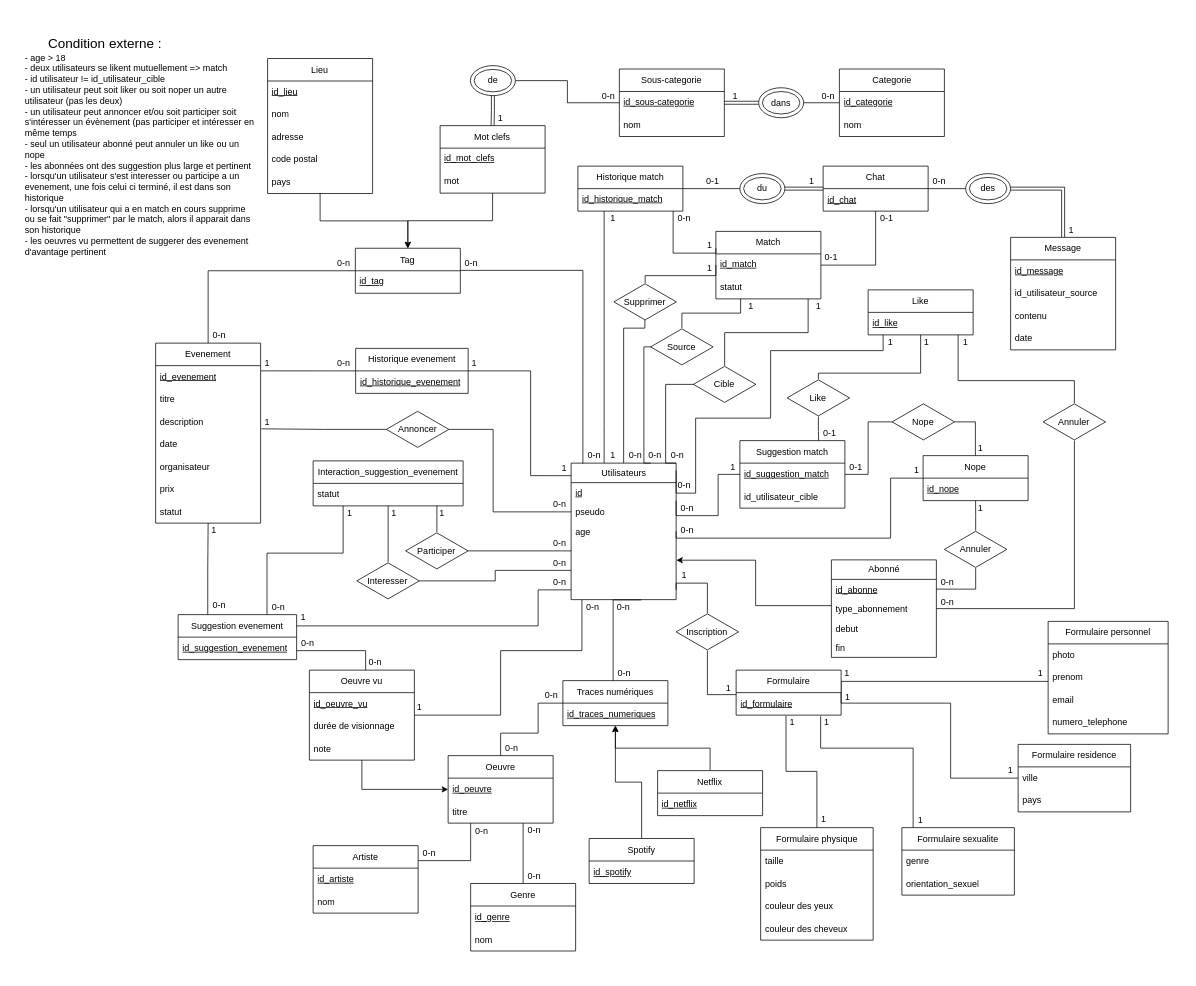
Before: ER.drawio in SuyuKuka/Le-Big-Match-Big-Brother-Is-Matching-You, a draw.io diagram. Source tidied: cells renumbered, new cells numbered last; positions are measured from the earlier drawing's top-left corner, leaving out a move shared by most shapes. Both pictures are drawn from the tidied source at 75%, with x=0, y=0 at pixel (23, 35).
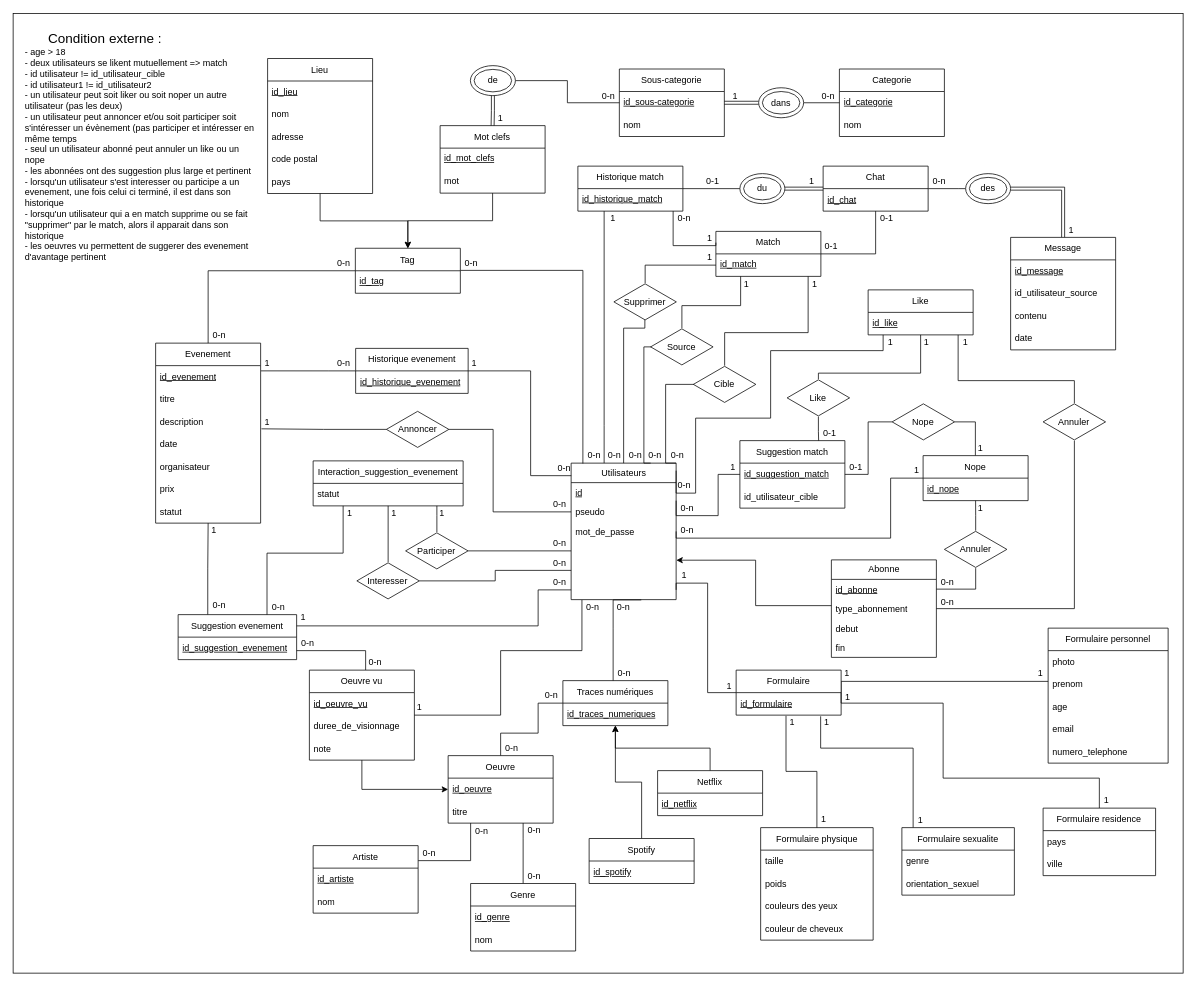
The same page after the edit.

Unchanged cells that the change refers to:
```xml
<mxCell id="5" value="Utilisateurs" style="swimlane;fontStyle=0;horizontal=1;startSize=26;fillColor=none;html=1;" parent="1" vertex="1">
  <mxGeometry x="730" y="570" width="140" height="182" as="geometry" />
</mxCell>
<mxCell id="32" value="Formulaire physique" style="swimlane;fontStyle=0;horizontal=1;startSize=30;whiteSpace=wrap;html=1;" parent="1" vertex="1">
  <mxGeometry x="982.7" y="1056" width="150" height="150" as="geometry" />
</mxCell>
<mxCell id="81" value="Formulaire" style="swimlane;fontStyle=0;horizontal=1;startSize=30;whiteSpace=wrap;html=1;" parent="1" vertex="1">
  <mxGeometry x="950" y="846" width="140" height="60" as="geometry" />
</mxCell>
<mxCell id="82" value="&lt;u&gt;id_formulaire&lt;/u&gt;" style="text;strokeColor=none;fillColor=none;align=left;verticalAlign=middle;spacingLeft=4;spacingRight=4;overflow=hidden;points=[[0,0.5],[1,0.5]];portConstraint=eastwest;whiteSpace=wrap;html=1;" parent="81" vertex="1">
  <mxGeometry y="30" width="140" height="30" as="geometry" />
</mxCell>
<mxCell id="89" value="&lt;u&gt;id_match&lt;/u&gt;" style="text;strokeColor=none;fillColor=none;align=left;verticalAlign=top;spacingLeft=4;spacingRight=4;overflow=hidden;points=[[0,0.5],[1,0.5]];portConstraint=eastwest;whiteSpace=wrap;html=1;" parent="88" vertex="1">
  <mxGeometry y="30" width="140" height="30" as="geometry" />
</mxCell>
<mxCell id="93" value="Supprimer" style="html=1;whiteSpace=wrap;shape=isoRectangle;" parent="1" vertex="1">
  <mxGeometry x="787" y="330" width="83.3" height="50" as="geometry" />
</mxCell>
<mxCell id="116" value="Historique match" style="swimlane;fontStyle=0;horizontal=1;startSize=30;whiteSpace=wrap;html=1;" parent="1" vertex="1">
  <mxGeometry x="739" y="174" width="140" height="60" as="geometry" />
</mxCell>
<mxCell id="142" value="Oeuvre vu" style="swimlane;fontStyle=0;horizontal=1;startSize=30;whiteSpace=wrap;html=1;" parent="1" vertex="1">
  <mxGeometry x="381" y="846" width="140" height="120" as="geometry" />
</mxCell>
<mxCell id="248" value="Source" style="html=1;whiteSpace=wrap;shape=isoRectangle;" parent="1" vertex="1">
  <mxGeometry x="836" y="390" width="83.3" height="50" as="geometry" />
</mxCell>
```

Change to the diagram source:
```diff
@@
+    <mxCell id="256" style="rounded=0;whiteSpace=wrap;html=1;" parent="1" vertex="1">
+      <mxGeometry x="-14" y="-29.5" width="1560" height="1279.5" as="geometry" />
+    </mxCell>
@@
-    <mxCell id="8" value="age" style="text;strokeColor=none;fillColor=none;align=left;verticalAlign=top;spacingLeft=4;spacingRight=4;overflow=hidden;points=[[0,0.5],[1,0.5]];portConstraint=eastwest;whiteSpace=wrap;html=1;" parent="5" vertex="1">
+    <mxCell id="8" value="mot_de_passe" style="text;strokeColor=none;fillColor=none;align=left;verticalAlign=top;spacingLeft=4;spacingRight=4;overflow=hidden;points=[[0,0.5],[1,0.5]];portConstraint=eastwest;whiteSpace=wrap;html=1;" parent="5" vertex="1">
       <mxGeometry y="78" width="140" height="26" as="geometry" />
     </mxCell>
-    <mxCell id="9" value="&lt;div&gt;&lt;br&gt;&lt;/div&gt;" style="text;strokeColor=none;fillColor=none;align=left;verticalAlign=top;spacingLeft=4;spacingRight=4;overflow=hidden;points=[[0,0.5],[1,0.5]];portConstraint=eastwest;whiteSpace=wrap;html=1;" parent="5" vertex="1">
+    <mxCell id="9" value="&amp;nbsp;" style="text;strokeColor=none;fillColor=none;align=left;verticalAlign=top;spacingLeft=4;spacingRight=4;overflow=hidden;points=[[0,0.5],[1,0.5]];portConstraint=eastwest;whiteSpace=wrap;html=1;" parent="5" vertex="1">
       <mxGeometry y="104" width="140" height="26" as="geometry" />
     </mxCell>
@@
-    <mxCell id="13" value="Abonné" style="swimlane;fontStyle=0;horizontal=1;startSize=26;fillColor=none;html=1;" parent="1" vertex="1">
+    <mxCell id="13" value="Abonne" style="swimlane;fontStyle=0;horizontal=1;startSize=26;fillColor=none;html=1;" parent="1" vertex="1">
       <mxGeometry x="1077" y="699" width="140" height="130" as="geometry" />
     </mxCell>
@@
     <mxCell id="19" value="Formulaire personnel" style="swimlane;fontStyle=0;horizontal=1;startSize=30;whiteSpace=wrap;html=1;" parent="1" vertex="1">
-      <mxGeometry x="1366" y="781" width="160" height="150" as="geometry" />
+      <mxGeometry x="1366" y="790" width="160" height="180" as="geometry" />
     </mxCell>
@@
+    <mxCell id="257" value="age" style="text;strokeColor=none;fillColor=none;align=left;verticalAlign=middle;spacingLeft=4;spacingRight=4;overflow=hidden;whiteSpace=wrap;html=1;" parent="19" vertex="1">
+      <mxGeometry y="90" width="160" height="30" as="geometry" />
+    </mxCell>
     <mxCell id="22" value="email" style="text;strokeColor=none;fillColor=none;align=left;verticalAlign=middle;spacingLeft=4;spacingRight=4;overflow=hidden;whiteSpace=wrap;html=1;" parent="19" vertex="1">
-      <mxGeometry y="90" width="160" height="30" as="geometry" />
+      <mxGeometry y="120" width="160" height="30" as="geometry" />
     </mxCell>
     <mxCell id="23" value="numero_telephone" style="text;strokeColor=none;fillColor=none;align=left;verticalAlign=middle;spacingLeft=4;spacingRight=4;overflow=hidden;whiteSpace=wrap;html=1;" parent="19" vertex="1">
-      <mxGeometry y="120" width="160" height="30" as="geometry" />
+      <mxGeometry y="150" width="160" height="30" as="geometry" />
     </mxCell>
     <mxCell id="24" style="edgeStyle=orthogonalEdgeStyle;rounded=0;jettySize=auto;html=1;entryX=1;entryY=0.25;entryDx=0;entryDy=0;endArrow=none;startFill=0;" parent="1" edge="1" source="25" target="81">
       <mxGeometry relative="1" as="geometry">
         <Array as="points">
-          <mxPoint x="1236" y="990" />
-          <mxPoint x="1236" y="890" />
+          <mxPoint x="1434" y="990" />
+          <mxPoint x="1226" y="990" />
+          <mxPoint x="1226" y="890" />
           <mxPoint x="1090" y="890" />
         </Array>
       </mxGeometry>
     </mxCell>
     <mxCell id="25" value="Formulaire residence" style="swimlane;fontStyle=0;horizontal=1;startSize=30;whiteSpace=wrap;html=1;" parent="1" vertex="1">
-      <mxGeometry x="1326" y="945" width="150" height="90" as="geometry" />
+      <mxGeometry x="1359.3" y="1030" width="150" height="90" as="geometry" />
     </mxCell>
+    <mxCell id="27" value="pays" style="text;strokeColor=none;fillColor=none;align=left;verticalAlign=middle;spacingLeft=4;spacingRight=4;overflow=hidden;whiteSpace=wrap;html=1;" parent="25" vertex="1">
+      <mxGeometry y="30" width="150" height="30" as="geometry" />
+    </mxCell>
     <mxCell id="26" value="ville" style="text;strokeColor=none;fillColor=none;align=left;verticalAlign=middle;spacingLeft=4;spacingRight=4;overflow=hidden;whiteSpace=wrap;html=1;" parent="25" vertex="1">
-      <mxGeometry y="30" width="150" height="30" as="geometry" />
+      <mxGeometry y="60" width="150" height="30" as="geometry" />
     </mxCell>
-    <mxCell id="27" value="pays" style="text;strokeColor=none;fillColor=none;align=left;verticalAlign=middle;spacingLeft=4;spacingRight=4;overflow=hidden;whiteSpace=wrap;html=1;" parent="25" vertex="1">
-      <mxGeometry y="60" width="150" height="30" as="geometry" />
-    </mxCell>
@@
-    <mxCell id="35" value="couleur des yeux" style="text;strokeColor=none;fillColor=none;align=left;verticalAlign=middle;spacingLeft=4;spacingRight=4;overflow=hidden;whiteSpace=wrap;html=1;" parent="32" vertex="1">
+    <mxCell id="35" value="couleurs des yeux" style="text;strokeColor=none;fillColor=none;align=left;verticalAlign=middle;spacingLeft=4;spacingRight=4;overflow=hidden;whiteSpace=wrap;html=1;" parent="32" vertex="1">
       <mxGeometry y="90" width="150" height="30" as="geometry" />
     </mxCell>
-    <mxCell id="36" value="couleur des cheveux" style="text;strokeColor=none;fillColor=none;align=left;verticalAlign=middle;spacingLeft=4;spacingRight=4;overflow=hidden;whiteSpace=wrap;html=1;" parent="32" vertex="1">
+    <mxCell id="36" value="couleur de cheveux" style="text;strokeColor=none;fillColor=none;align=left;verticalAlign=middle;spacingLeft=4;spacingRight=4;overflow=hidden;whiteSpace=wrap;html=1;" parent="32" vertex="1">
       <mxGeometry y="120" width="150" height="30" as="geometry" />
     </mxCell>
@@
-    <mxCell id="80" value="&lt;span style=&quot;color: light-dark(rgb(0, 0, 0), rgb(255, 255, 255)); background-color: transparent;&quot;&gt;&lt;span style=&quot;font-size: 14px; white-space: pre;&quot;&gt;&#9;&lt;/span&gt;&lt;font style=&quot;font-size: 18px;&quot;&gt;Condition externe :&amp;nbsp;&lt;/font&gt;&lt;br&gt;&lt;/span&gt;&lt;span style=&quot;&quot;&gt;- age &amp;gt; 18&lt;/span&gt;&lt;br style=&quot;&quot;&gt;&lt;span style=&quot;&quot;&gt;- deux utilisateurs se likent mutuellement =&amp;gt; match&lt;/span&gt;&lt;br style=&quot;&quot;&gt;&lt;span style=&quot;&quot;&gt;- id utilisateur != id_utilisateur_cible&lt;/span&gt;&lt;br style=&quot;&quot;&gt;&lt;span style=&quot;&quot;&gt;- un utilisateur peut soit liker ou soit noper un autre utilisateur (pas les deux)&lt;/span&gt;&lt;br style=&quot;&quot;&gt;&lt;span style=&quot;&quot;&gt;- un utilisateur peut annoncer et/ou soit participer soit s'intéresser un évènement (pas participer et intéresser en même temps&lt;/span&gt;&lt;div&gt;&lt;span style=&quot;&quot;&gt;- seul un utilisateur abonné peut annuler un like ou un nope&lt;/span&gt;&lt;/div&gt;&lt;div&gt;&lt;span style=&quot;&quot;&gt;- les abonnées ont des suggestion plus large et pertinent&lt;/span&gt;&lt;/div&gt;&lt;div&gt;&lt;span style=&quot;&quot;&gt;- lorsqu'un utilisateur s'est interesser ou participe a un evenement, une fois celui ci terminé, il est dans son historique&lt;/span&gt;&lt;/div&gt;&lt;div&gt;- lorsqu'un utilisateur qui a en match en cours supprime ou se fait &quot;supprimer&quot; par le match, alors il apparait dans son historique&amp;nbsp;&lt;/div&gt;&lt;div&gt;- les oeuvres vu permettent de suggerer des evenement d'avantage pertinent&lt;/div&gt;" style="text;html=1;align=left;verticalAlign=middle;whiteSpace=wrap;rounded=0;" parent="1" vertex="1">
+    <mxCell id="80" value="&lt;span style=&quot;color: light-dark(rgb(0, 0, 0), rgb(255, 255, 255)); background-color: transparent;&quot;&gt;&lt;span style=&quot;font-size: 14px; white-space: pre;&quot;&gt;&#9;&lt;/span&gt;&lt;font style=&quot;font-size: 18px;&quot;&gt;Condition externe :&amp;nbsp;&lt;/font&gt;&lt;br&gt;&lt;/span&gt;&lt;span style=&quot;&quot;&gt;- age &amp;gt; 18&lt;/span&gt;&lt;br style=&quot;&quot;&gt;&lt;span style=&quot;&quot;&gt;- deux utilisateurs se likent mutuellement =&amp;gt; match&lt;/span&gt;&lt;br style=&quot;&quot;&gt;&lt;span style=&quot;&quot;&gt;- id utilisateur != id_utilisateur_cible&lt;/span&gt;&lt;div&gt;- id utilisateur1 != id_utilisateur2&lt;br style=&quot;&quot;&gt;&lt;span style=&quot;&quot;&gt;- un utilisateur peut soit liker ou soit noper un autre utilisateur (pas les deux)&lt;/span&gt;&lt;br style=&quot;&quot;&gt;&lt;span style=&quot;&quot;&gt;- un utilisateur peut annoncer et/ou soit participer soit s'intéresser un évènement (pas participer et intéresser en même temps&lt;/span&gt;&lt;div&gt;&lt;span style=&quot;&quot;&gt;- seul un utilisateur abonné peut annuler un like ou un nope&lt;/span&gt;&lt;/div&gt;&lt;div&gt;&lt;span style=&quot;&quot;&gt;- les abonnées ont des suggestion plus large et pertinent&lt;/span&gt;&lt;/div&gt;&lt;div&gt;&lt;span style=&quot;&quot;&gt;- lorsqu'un utilisateur s'est interesser ou participe a un evenement, une fois celui ci terminé, il est dans son historique&lt;/span&gt;&lt;/div&gt;&lt;div&gt;- lorsqu'un utilisateur qui a en match supprime ou se fait &quot;supprimer&quot; par le match, alors il apparait dans son historique&amp;nbsp;&lt;/div&gt;&lt;div&gt;- les oeuvres vu permettent de suggerer des evenement d'avantage pertinent&lt;/div&gt;&lt;/div&gt;" style="text;html=1;align=left;verticalAlign=middle;whiteSpace=wrap;rounded=0;" parent="1" vertex="1">
       <mxGeometry width="310" height="296" as="geometry" />
     </mxCell>
@@
-    <mxCell id="83" value="Inscription" style="html=1;whiteSpace=wrap;shape=isoRectangle;" parent="1" vertex="1">
-      <mxGeometry x="870" y="770" width="83.3" height="50" as="geometry" />
-    </mxCell>
-    <mxCell id="84" style="edgeStyle=orthogonalEdgeStyle;rounded=0;jettySize=auto;html=1;endArrow=none;startFill=0;" parent="1" edge="1" source="83">
+    <mxCell id="84" style="edgeStyle=orthogonalEdgeStyle;rounded=0;jettySize=auto;html=1;endArrow=none;startFill=0;" parent="1" edge="1" source="81">
       <mxGeometry relative="1" as="geometry">
         <mxPoint x="870" y="739" as="targetPoint" />
         <Array as="points">
+          <mxPoint x="912" y="876" />
           <mxPoint x="912" y="730" />
           <mxPoint x="870" y="730" />
         </Array>
       </mxGeometry>
     </mxCell>
@@
     <mxCell id="88" value="Match" style="swimlane;fontStyle=0;horizontal=1;startSize=30;whiteSpace=wrap;html=1;" parent="1" vertex="1">
-      <mxGeometry x="923" y="261" width="140" height="90" as="geometry" />
+      <mxGeometry x="923" y="261" width="140" height="60" as="geometry" />
     </mxCell>
@@
-    <mxCell id="90" value="statut" style="text;strokeColor=none;fillColor=none;align=left;verticalAlign=top;spacingLeft=4;spacingRight=4;overflow=hidden;whiteSpace=wrap;html=1;" parent="88" vertex="1">
-      <mxGeometry y="60" width="140" height="30" as="geometry" />
-    </mxCell>
@@
     <mxCell id="114" style="edgeStyle=orthogonalEdgeStyle;rounded=0;jettySize=auto;html=1;entryX=0;entryY=0.5;entryDx=0;entryDy=0;endArrow=none;startFill=0;" parent="1" edge="1" source="93" target="89">
       <mxGeometry relative="1" as="geometry">
         <Array as="points">
-          <mxPoint x="829" y="320" />
-          <mxPoint x="923" y="320" />
+          <mxPoint x="829" y="306" />
         </Array>
       </mxGeometry>
     </mxCell>
     <mxCell id="115" style="edgeStyle=orthogonalEdgeStyle;rounded=0;jettySize=auto;html=1;entryX=0;entryY=0.25;entryDx=0;entryDy=0;endArrow=none;startFill=0;" parent="1" edge="1" source="116" target="88">
       <mxGeometry relative="1" as="geometry">
         <Array as="points">
-          <mxPoint x="866" y="290" />
+          <mxPoint x="866" y="280" />
+          <mxPoint x="923" y="280" />
         </Array>
       </mxGeometry>
     </mxCell>
@@
-    <mxCell id="144" value="durée de visionnage" style="text;strokeColor=none;fillColor=none;align=left;verticalAlign=middle;spacingLeft=4;spacingRight=4;overflow=hidden;whiteSpace=wrap;html=1;" parent="142" vertex="1">
+    <mxCell id="144" value="duree_de_visionnage" style="text;strokeColor=none;fillColor=none;align=left;verticalAlign=middle;spacingLeft=4;spacingRight=4;overflow=hidden;whiteSpace=wrap;html=1;" parent="142" vertex="1">
       <mxGeometry y="60" width="140" height="30" as="geometry" />
     </mxCell>
@@
     <mxCell id="147" value="1" style="text;html=1;align=center;verticalAlign=middle;whiteSpace=wrap;rounded=0;" parent="1" vertex="1">
-      <mxGeometry x="900.3" y="270" width="30" height="20" as="geometry" />
+      <mxGeometry x="900.3" y="260" width="30" height="20" as="geometry" />
     </mxCell>
@@
     <mxCell id="150" value="0-1" style="text;html=1;align=center;verticalAlign=middle;whiteSpace=wrap;rounded=0;" parent="1" vertex="1">
-      <mxGeometry x="1062" y="285" width="30" height="20" as="geometry" />
+      <mxGeometry x="1062" y="271" width="30" height="20" as="geometry" />
     </mxCell>
@@
     <mxCell id="154" value="1" style="text;html=1;align=center;verticalAlign=middle;whiteSpace=wrap;rounded=0;" parent="1" vertex="1">
-      <mxGeometry x="1301" y="970" width="30" height="20" as="geometry" />
+      <mxGeometry x="1429" y="1010" width="30" height="20" as="geometry" />
     </mxCell>
@@
-    <mxCell id="160" style="edgeStyle=orthogonalEdgeStyle;rounded=0;jettySize=auto;html=1;entryX=0.001;entryY=0.089;entryDx=0;entryDy=0;entryPerimeter=0;endArrow=none;startFill=0;" parent="1" edge="1" source="83" target="82">
-      <mxGeometry relative="1" as="geometry" />
-    </mxCell>
@@
-    <mxCell id="165" value="1" style="text;html=1;align=center;verticalAlign=middle;whiteSpace=wrap;rounded=0;" parent="1" vertex="1">
-      <mxGeometry x="771" y="550" width="30" height="20" as="geometry" />
+    <mxCell id="165" value="0-n" style="text;html=1;align=center;verticalAlign=middle;whiteSpace=wrap;rounded=0;" parent="1" vertex="1">
+      <mxGeometry x="773" y="550" width="30" height="20" as="geometry" />
     </mxCell>
@@
     <mxCell id="167" value="1" style="text;html=1;align=center;verticalAlign=middle;whiteSpace=wrap;rounded=0;" parent="1" vertex="1">
-      <mxGeometry x="900" y="300" width="30" height="20" as="geometry" />
+      <mxGeometry x="900" y="286" width="30" height="20" as="geometry" />
     </mxCell>
@@
-    <mxCell id="191" value="1" style="text;html=1;align=center;verticalAlign=middle;whiteSpace=wrap;rounded=0;" parent="1" vertex="1">
+    <mxCell id="191" value="0-n" style="text;html=1;align=center;verticalAlign=middle;whiteSpace=wrap;rounded=0;" parent="1" vertex="1">
       <mxGeometry x="706" y="567" width="30" height="20" as="geometry" />
     </mxCell>
@@
     <mxCell id="203" value="1" style="text;html=1;align=center;verticalAlign=middle;whiteSpace=wrap;rounded=0;" parent="1" vertex="1">
-      <mxGeometry x="925" y="860" width="30" height="20" as="geometry" />
+      <mxGeometry x="926" y="857" width="30" height="20" as="geometry" />
     </mxCell>
@@
     <mxCell id="247" style="edgeStyle=orthogonalEdgeStyle;rounded=0;jettySize=auto;html=1;endArrow=none;startFill=0;" parent="1" edge="1" source="248" target="88">
       <mxGeometry relative="1" as="geometry">
         <Array as="points">
-          <mxPoint x="878" y="370" />
-          <mxPoint x="956" y="370" />
+          <mxPoint x="878" y="360" />
+          <mxPoint x="956" y="360" />
         </Array>
       </mxGeometry>
     </mxCell>
@@
     <mxCell id="254" value="1" style="text;html=1;align=center;verticalAlign=middle;whiteSpace=wrap;rounded=0;" parent="1" vertex="1">
-      <mxGeometry x="1044.7" y="351" width="30" height="20" as="geometry" />
+      <mxGeometry x="1039.7" y="321" width="30" height="20" as="geometry" />
     </mxCell>
     <mxCell id="255" value="1" style="text;html=1;align=center;verticalAlign=middle;whiteSpace=wrap;rounded=0;" parent="1" vertex="1">
-      <mxGeometry x="955.3" y="351" width="30" height="20" as="geometry" />
+      <mxGeometry x="949" y="321.5" width="30" height="20" as="geometry" />
     </mxCell>
```
